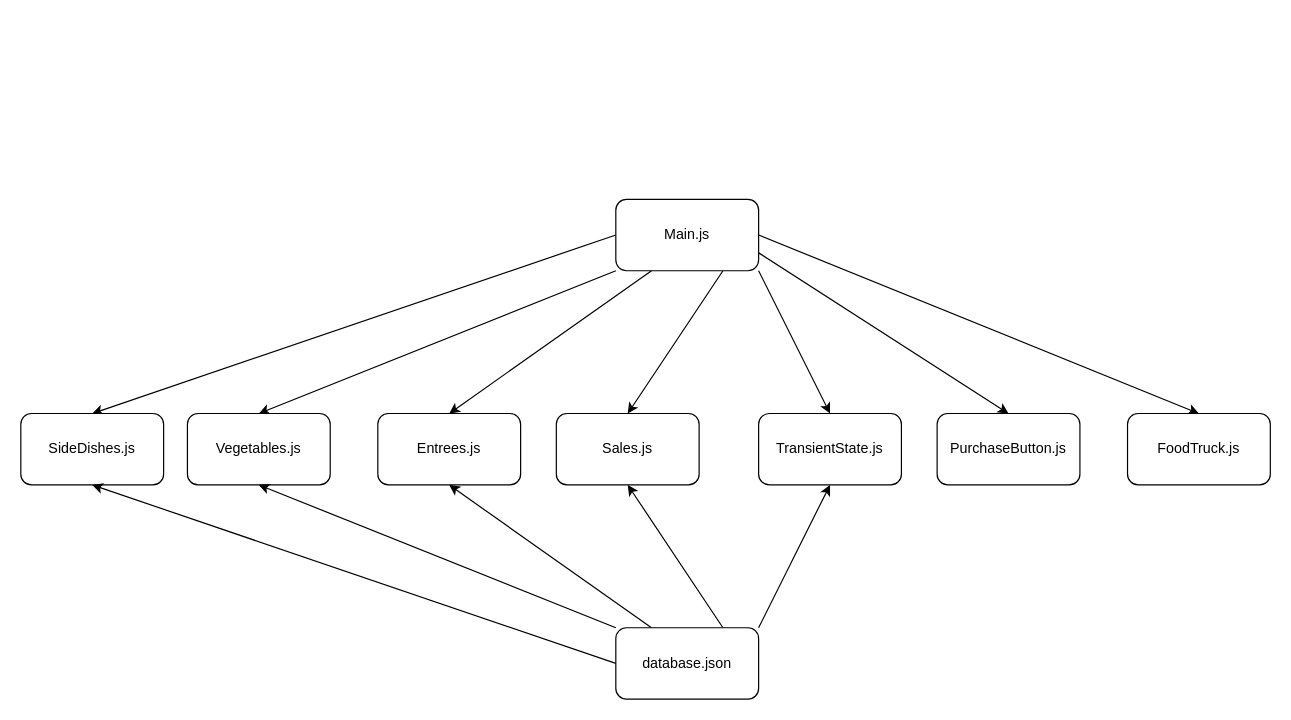
This is dependencyDiagram.drawio from nss-day-cohort-75/House-of-Hummus-Cwelshofer1, a draw.io file, before an edit. Source tidied: cells renumbered, new cells numbered last; positions are measured from the earlier drawing's top-left corner, leaving out a move shared by most shapes. Both pictures are drawn from the tidied source at 119%, with x=0, y=0 at pixel (20, 199).
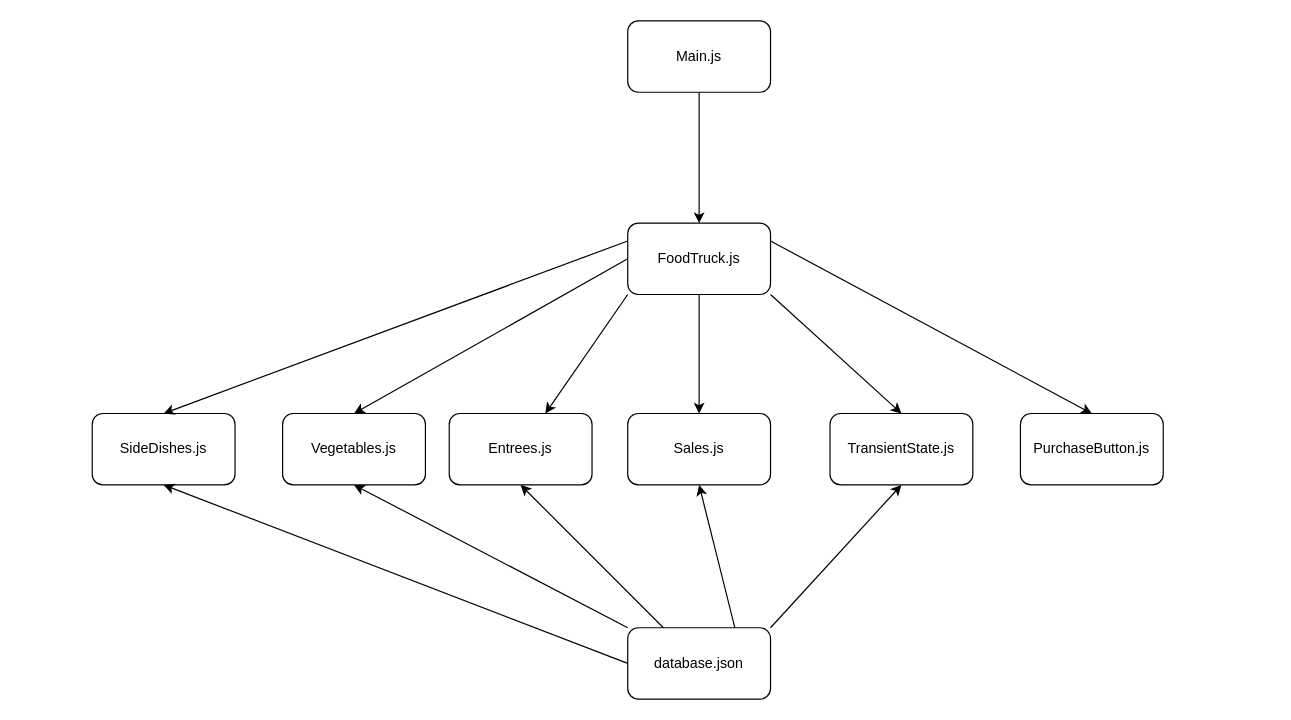
Above is the later version.

What changed in the source:
```diff
@@
-    <mxCell id="2" style="edgeStyle=none;html=1;exitX=1;exitY=1;exitDx=0;exitDy=0;entryX=0.5;entryY=0;entryDx=0;entryDy=0;" parent="1" edge="1" source="9" target="13">
-      <mxGeometry relative="1" as="geometry" />
-    </mxCell>
-    <mxCell id="3" style="edgeStyle=none;html=1;exitX=1;exitY=0.5;exitDx=0;exitDy=0;entryX=0.5;entryY=0;entryDx=0;entryDy=0;" parent="1" edge="1" source="9" target="15">
+    <mxCell id="3" style="edgeStyle=none;html=1;exitX=0.5;exitY=1;exitDx=0;exitDy=0;entryX=0.5;entryY=0;entryDx=0;entryDy=0;" parent="1" edge="1" source="9" target="15">
       <mxGeometry relative="1" as="geometry" />
     </mxCell>
-    <mxCell id="4" style="edgeStyle=none;html=1;exitX=0;exitY=1;exitDx=0;exitDy=0;entryX=0.5;entryY=0;entryDx=0;entryDy=0;" parent="1" edge="1" source="9" target="11">
-      <mxGeometry relative="1" as="geometry" />
-    </mxCell>
-    <mxCell id="5" style="edgeStyle=none;html=1;exitX=0.75;exitY=1;exitDx=0;exitDy=0;entryX=0.5;entryY=0;entryDx=0;entryDy=0;" parent="1" edge="1" source="9" target="12">
-      <mxGeometry relative="1" as="geometry" />
-    </mxCell>
-    <mxCell id="6" style="edgeStyle=none;html=1;exitX=0;exitY=0.5;exitDx=0;exitDy=0;entryX=0.5;entryY=0;entryDx=0;entryDy=0;" parent="1" edge="1" source="9" target="14">
-      <mxGeometry relative="1" as="geometry" />
-    </mxCell>
-    <mxCell id="7" style="edgeStyle=none;html=1;exitX=0.25;exitY=1;exitDx=0;exitDy=0;entryX=0.5;entryY=0;entryDx=0;entryDy=0;" parent="1" edge="1" source="9" target="10">
-      <mxGeometry relative="1" as="geometry" />
-    </mxCell>
-    <mxCell id="8" style="edgeStyle=none;html=1;exitX=1;exitY=0.75;exitDx=0;exitDy=0;entryX=0.5;entryY=0;entryDx=0;entryDy=0;" parent="1" edge="1" source="9" target="22">
-      <mxGeometry relative="1" as="geometry" />
-    </mxCell>
     <mxCell id="9" value="Main.js" style="rounded=1;whiteSpace=wrap;html=1;" parent="1" vertex="1">
-      <mxGeometry x="500" width="120" height="60" as="geometry" />
+      <mxGeometry x="510" y="-150" width="120" height="60" as="geometry" />
     </mxCell>
     <mxCell id="10" value="Entrees.js" style="rounded=1;whiteSpace=wrap;html=1;" parent="1" vertex="1">
-      <mxGeometry x="300" y="180" width="120" height="60" as="geometry" />
+      <mxGeometry x="360" y="180" width="120" height="60" as="geometry" />
     </mxCell>
     <mxCell id="11" value="Vegetables.js" style="rounded=1;whiteSpace=wrap;html=1;" parent="1" vertex="1">
-      <mxGeometry x="140" y="180" width="120" height="60" as="geometry" />
+      <mxGeometry x="220" y="180" width="120" height="60" as="geometry" />
     </mxCell>
     <mxCell id="12" value="Sales.js" style="rounded=1;whiteSpace=wrap;html=1;" parent="1" vertex="1">
-      <mxGeometry x="450" y="180" width="120" height="60" as="geometry" />
+      <mxGeometry x="510" y="180" width="120" height="60" as="geometry" />
     </mxCell>
     <mxCell id="13" value="TransientState.js" style="rounded=1;whiteSpace=wrap;html=1;" parent="1" vertex="1">
-      <mxGeometry x="620" y="180" width="120" height="60" as="geometry" />
+      <mxGeometry x="680" y="180" width="120" height="60" as="geometry" />
     </mxCell>
     <mxCell id="14" value="SideDishes.js" style="rounded=1;whiteSpace=wrap;html=1;" parent="1" vertex="1">
-      <mxGeometry y="180" width="120" height="60" as="geometry" />
+      <mxGeometry x="60" y="180" width="120" height="60" as="geometry" />
     </mxCell>
-    <mxCell id="15" value="FoodTruck.js" style="rounded=1;whiteSpace=wrap;html=1;" parent="1" vertex="1">
-      <mxGeometry x="930" y="180" width="120" height="60" as="geometry" />
-    </mxCell>
@@
     <mxCell id="21" value="database.json" style="rounded=1;whiteSpace=wrap;html=1;" parent="1" vertex="1">
-      <mxGeometry x="500" y="360" width="120" height="60" as="geometry" />
+      <mxGeometry x="510" y="360" width="120" height="60" as="geometry" />
     </mxCell>
     <mxCell id="22" value="PurchaseButton.js" style="rounded=1;whiteSpace=wrap;html=1;" parent="1" vertex="1">
-      <mxGeometry x="770" y="180" width="120" height="60" as="geometry" />
+      <mxGeometry x="840" y="180" width="120" height="60" as="geometry" />
     </mxCell>
+    <mxCell id="23" style="edgeStyle=none;html=1;entryX=0.5;entryY=0;entryDx=0;entryDy=0;exitX=0.5;exitY=1;exitDx=0;exitDy=0;" parent="1" edge="1" source="15" target="12">
+      <mxGeometry relative="1" as="geometry" />
+    </mxCell>
+    <mxCell id="24" style="edgeStyle=none;html=1;exitX=1;exitY=0.25;exitDx=0;exitDy=0;entryX=0.5;entryY=0;entryDx=0;entryDy=0;" parent="1" edge="1" source="15" target="22">
+      <mxGeometry relative="1" as="geometry" />
+    </mxCell>
+    <mxCell id="25" style="edgeStyle=none;html=1;exitX=1;exitY=1;exitDx=0;exitDy=0;entryX=0.5;entryY=0;entryDx=0;entryDy=0;" parent="1" edge="1" source="15" target="13">
+      <mxGeometry relative="1" as="geometry" />
+    </mxCell>
+    <mxCell id="26" style="edgeStyle=none;html=1;exitX=0;exitY=1;exitDx=0;exitDy=0;" parent="1" edge="1" source="15" target="10">
+      <mxGeometry relative="1" as="geometry" />
+    </mxCell>
+    <mxCell id="27" style="edgeStyle=none;html=1;exitX=0;exitY=0.5;exitDx=0;exitDy=0;entryX=0.5;entryY=0;entryDx=0;entryDy=0;" parent="1" edge="1" source="15" target="11">
+      <mxGeometry relative="1" as="geometry" />
+    </mxCell>
+    <mxCell id="28" style="edgeStyle=none;html=1;exitX=0;exitY=0.25;exitDx=0;exitDy=0;entryX=0.5;entryY=0;entryDx=0;entryDy=0;" parent="1" edge="1" source="15" target="14">
+      <mxGeometry relative="1" as="geometry" />
+    </mxCell>
+    <mxCell id="15" value="FoodTruck.js" style="rounded=1;whiteSpace=wrap;html=1;" parent="1" vertex="1">
+      <mxGeometry x="510" y="20" width="120" height="60" as="geometry" />
+    </mxCell>
```
